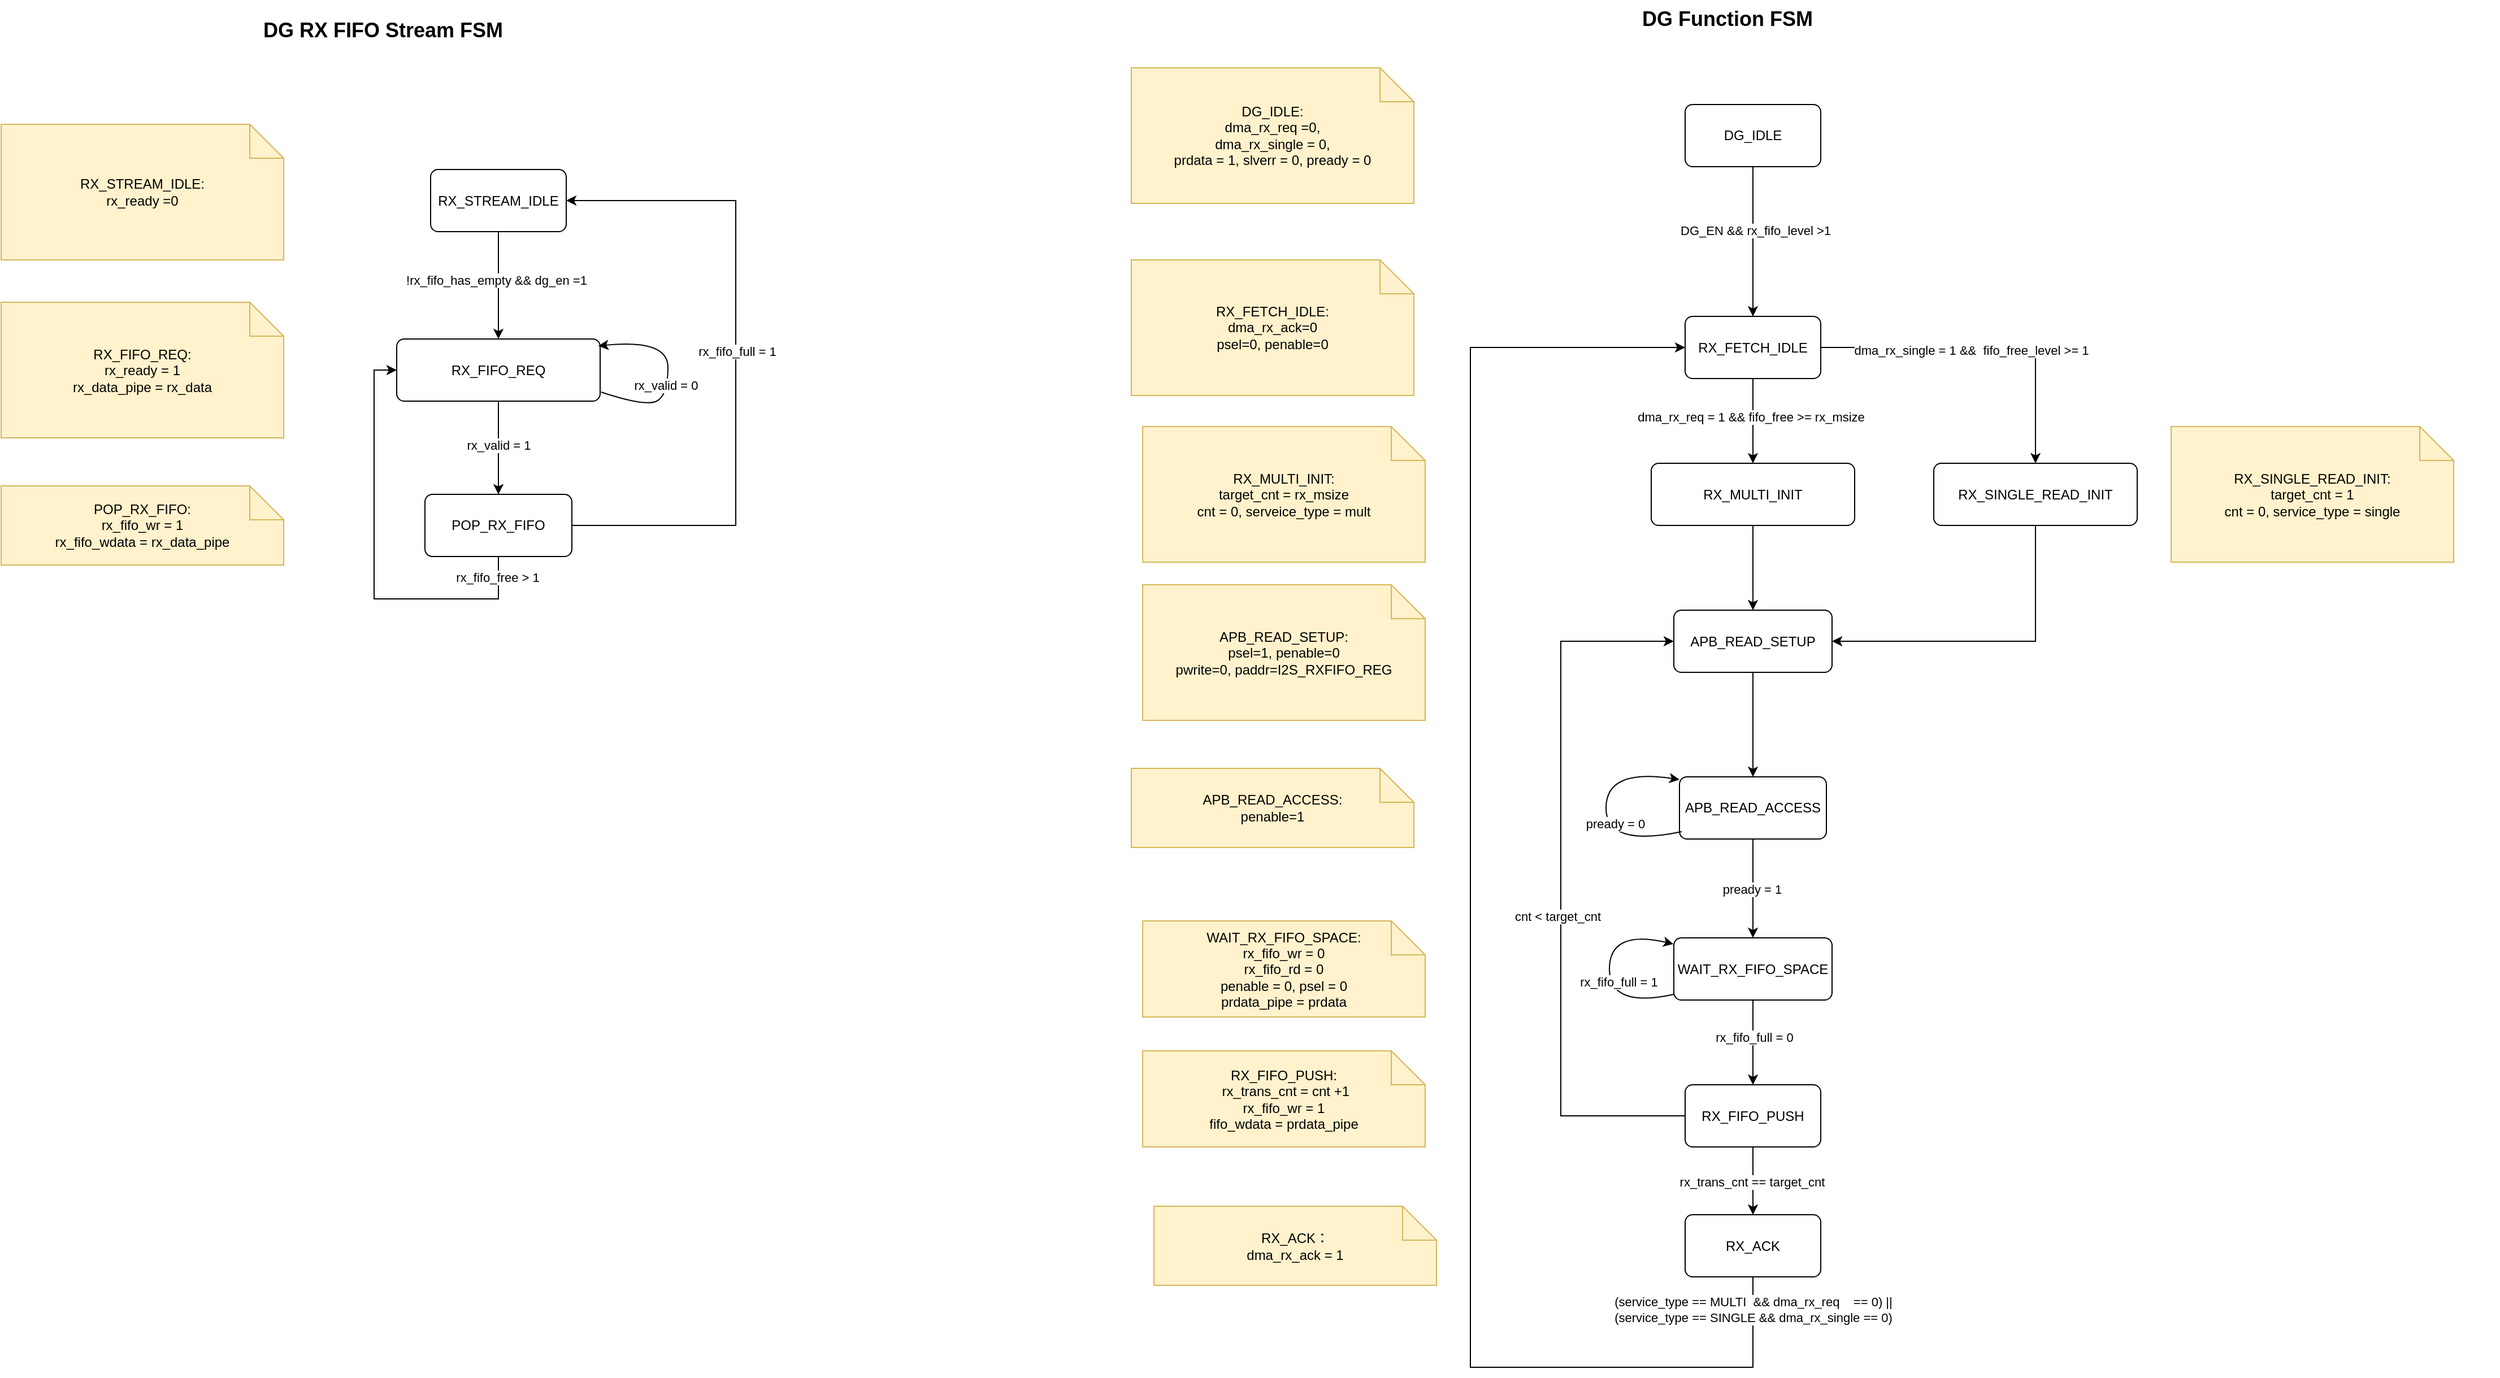
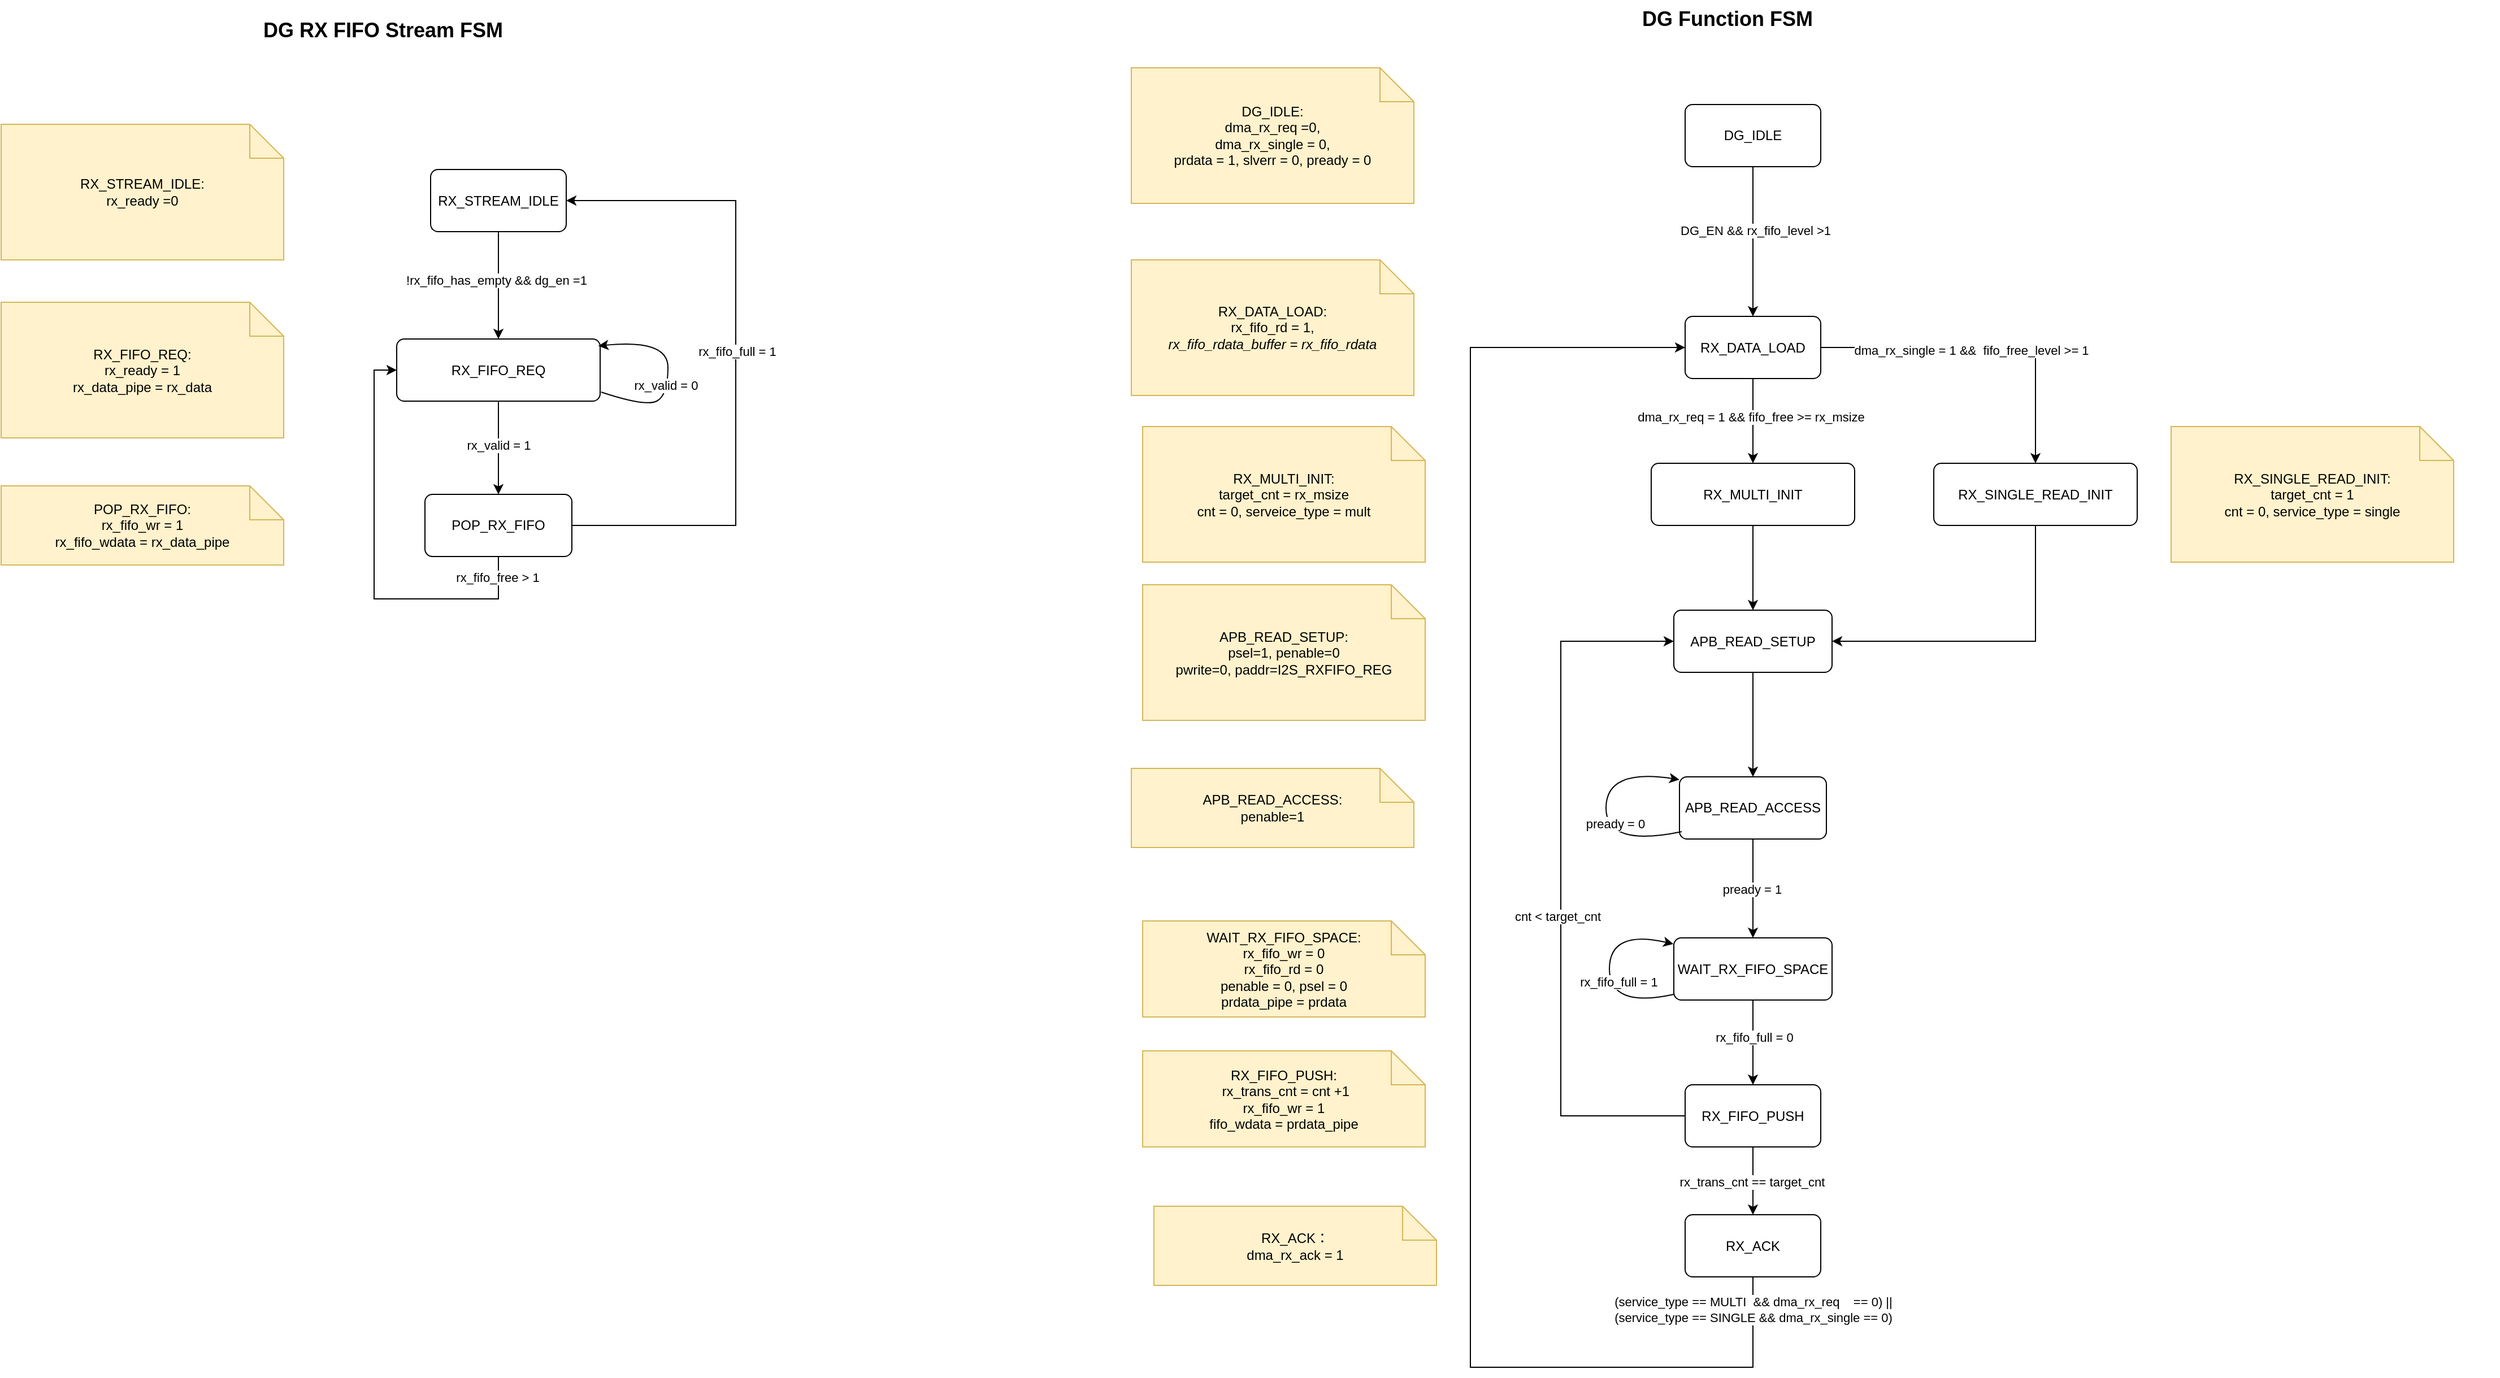
<mxfile host="app.diagrams.net">
  <diagram name="第 1 页" id="1fRNLwPgRf_CtldP1hrz">
-     <mxGraphModel dx="-743" dy="514" grid="1" gridSize="10" guides="1" tooltips="1" connect="1" arrows="1" fold="1" page="1" pageScale="1" pageWidth="827" pageHeight="1169" math="0" shadow="0">
+     <mxGraphModel dx="-1120" dy="301" grid="1" gridSize="10" guides="1" tooltips="1" connect="1" arrows="1" fold="1" page="1" pageScale="1" pageWidth="827" pageHeight="1169" math="0" shadow="0">
      <root>
        <mxCell id="0" />
        <mxCell id="1" parent="0" />
        <mxCell id="M1j7goV4bkzS5Lg1R7Bt-28" parent="1" style="text;html=1;strokeColor=none;fillColor=none;fontSize=18;fontStyle=1;" value="DG RX FIFO Stream FSM&amp;nbsp;&amp;nbsp;" vertex="1">
          <mxGeometry height="40" width="760" x="2040" y="130" as="geometry" />
        </mxCell>
        <mxCell id="M1j7goV4bkzS5Lg1R7Bt-29" parent="1" style="rounded=1;whiteSpace=wrap;html=1;arcSize=12;fillColor=#ffffff;strokeColor=#000000;" value="RX_STREAM_IDLE" vertex="1">
          <mxGeometry height="55" width="120" x="2190" y="270" as="geometry" />
        </mxCell>
        <mxCell id="M1j7goV4bkzS5Lg1R7Bt-30" parent="1" style="rounded=1;whiteSpace=wrap;html=1;arcSize=12;fillColor=#ffffff;strokeColor=#000000;" value="RX_FIFO_REQ" vertex="1">
          <mxGeometry height="55" width="180" x="2160" y="420" as="geometry" />
        </mxCell>
        <mxCell id="M1j7goV4bkzS5Lg1R7Bt-31" edge="1" parent="1" source="M1j7goV4bkzS5Lg1R7Bt-29" style="endArrow=classic;html=1;rounded=0;exitX=0.5;exitY=1;exitDx=0;exitDy=0;entryX=0.5;entryY=0;entryDx=0;entryDy=0;" target="M1j7goV4bkzS5Lg1R7Bt-30" value="">
          <mxGeometry height="50" relative="1" width="50" as="geometry">
            <mxPoint x="2270" y="390" as="sourcePoint" />
            <mxPoint x="2320" y="340" as="targetPoint" />
          </mxGeometry>
        </mxCell>
        <mxCell id="M1j7goV4bkzS5Lg1R7Bt-32" connectable="0" parent="M1j7goV4bkzS5Lg1R7Bt-31" style="edgeLabel;html=1;align=center;verticalAlign=middle;resizable=0;points=[];" value="!rx_fifo_has_empty &amp;amp;&amp;amp; dg_en =1" vertex="1">
          <mxGeometry relative="1" x="-0.0927" y="-2" as="geometry">
            <mxPoint as="offset" />
          </mxGeometry>
        </mxCell>
        <mxCell id="M1j7goV4bkzS5Lg1R7Bt-33" parent="1" style="shape=note;whiteSpace=wrap;html=1;fillColor=#fff2cc;strokeColor=#d6b656;" value="RX_FIFO_REQ:&lt;div&gt;r&lt;span style=&quot;background-color: transparent;&quot;&gt;x_ready = 1&lt;/span&gt;&lt;/div&gt;&lt;div&gt;&lt;span style=&quot;background-color: transparent;&quot;&gt;rx_data_pipe = rx_data&lt;/span&gt;&lt;/div&gt;" vertex="1">
          <mxGeometry height="120" width="250" x="1810" y="387.5" as="geometry" />
        </mxCell>
        <mxCell id="M1j7goV4bkzS5Lg1R7Bt-34" parent="1" style="rounded=1;whiteSpace=wrap;html=1;arcSize=12;fillColor=#ffffff;strokeColor=#000000;" value="POP_RX_FIFO" vertex="1">
          <mxGeometry height="55" width="130" x="2185" y="557.5" as="geometry" />
        </mxCell>
        <mxCell id="M1j7goV4bkzS5Lg1R7Bt-35" edge="1" parent="1" source="M1j7goV4bkzS5Lg1R7Bt-30" style="endArrow=classic;html=1;rounded=0;exitX=0.5;exitY=1;exitDx=0;exitDy=0;entryX=0.5;entryY=0;entryDx=0;entryDy=0;" target="M1j7goV4bkzS5Lg1R7Bt-34" value="">
          <mxGeometry height="50" relative="1" width="50" as="geometry">
            <mxPoint x="2260" y="540" as="sourcePoint" />
            <mxPoint x="2310" y="490" as="targetPoint" />
          </mxGeometry>
        </mxCell>
        <mxCell id="M1j7goV4bkzS5Lg1R7Bt-36" connectable="0" parent="M1j7goV4bkzS5Lg1R7Bt-35" style="edgeLabel;html=1;align=center;verticalAlign=middle;resizable=0;points=[];" value="rx_valid = 1" vertex="1">
          <mxGeometry relative="1" x="-0.0537" as="geometry">
            <mxPoint as="offset" />
          </mxGeometry>
        </mxCell>
        <mxCell id="M1j7goV4bkzS5Lg1R7Bt-37" parent="1" style="shape=note;whiteSpace=wrap;html=1;fillColor=#fff2cc;strokeColor=#d6b656;" value="POP_RX_FIFO:&lt;div&gt;rx_fifo_wr = 1&lt;/div&gt;&lt;div&gt;rx_fifo_wdata = rx_data_pipe&lt;/div&gt;" vertex="1">
          <mxGeometry height="70" width="250" x="1810" y="550" as="geometry" />
        </mxCell>
        <mxCell id="M1j7goV4bkzS5Lg1R7Bt-38" parent="1" style="shape=note;whiteSpace=wrap;html=1;fillColor=#fff2cc;strokeColor=#d6b656;" value="RX_STREAM_IDLE:&lt;div&gt;rx_ready =0&lt;/div&gt;" vertex="1">
          <mxGeometry height="120" width="250" x="1810" y="230" as="geometry" />
        </mxCell>
        <mxCell id="M1j7goV4bkzS5Lg1R7Bt-39" edge="1" parent="1" source="M1j7goV4bkzS5Lg1R7Bt-34" style="endArrow=classic;html=1;rounded=0;exitX=0.5;exitY=1;exitDx=0;exitDy=0;entryX=0;entryY=0.5;entryDx=0;entryDy=0;edgeStyle=orthogonalEdgeStyle;" target="M1j7goV4bkzS5Lg1R7Bt-30" value="">
          <mxGeometry height="50" relative="1" width="50" as="geometry">
            <Array as="points">
              <mxPoint x="2250" y="650" />
              <mxPoint x="2140" y="650" />
              <mxPoint x="2140" y="448" />
            </Array>
            <mxPoint x="2440" y="550" as="sourcePoint" />
            <mxPoint x="2490" y="500" as="targetPoint" />
          </mxGeometry>
        </mxCell>
        <mxCell id="M1j7goV4bkzS5Lg1R7Bt-40" connectable="0" parent="M1j7goV4bkzS5Lg1R7Bt-39" style="edgeLabel;html=1;align=center;verticalAlign=middle;resizable=0;points=[];" value="rx_fifo_free &amp;gt; 1" vertex="1">
          <mxGeometry relative="1" x="-0.9016" y="-1" as="geometry">
            <mxPoint as="offset" />
          </mxGeometry>
        </mxCell>
        <mxCell id="M1j7goV4bkzS5Lg1R7Bt-41" edge="1" parent="1" source="M1j7goV4bkzS5Lg1R7Bt-34" style="endArrow=classic;html=1;rounded=0;exitX=1;exitY=0.5;exitDx=0;exitDy=0;entryX=1;entryY=0.5;entryDx=0;entryDy=0;edgeStyle=orthogonalEdgeStyle;" target="M1j7goV4bkzS5Lg1R7Bt-29" value="">
          <mxGeometry height="50" relative="1" width="50" as="geometry">
            <Array as="points">
              <mxPoint x="2460" y="585" />
              <mxPoint x="2460" y="298" />
            </Array>
            <mxPoint x="2400" y="580" as="sourcePoint" />
            <mxPoint x="2450" y="530" as="targetPoint" />
          </mxGeometry>
        </mxCell>
        <mxCell id="M1j7goV4bkzS5Lg1R7Bt-42" connectable="0" parent="M1j7goV4bkzS5Lg1R7Bt-41" style="edgeLabel;html=1;align=center;verticalAlign=middle;resizable=0;points=[];" value="rx_fifo_full = 1" vertex="1">
          <mxGeometry relative="1" x="0.0267" y="-1" as="geometry">
            <mxPoint as="offset" />
          </mxGeometry>
        </mxCell>
        <mxCell id="M1j7goV4bkzS5Lg1R7Bt-55" edge="1" parent="1" source="M1j7goV4bkzS5Lg1R7Bt-30" style="curved=1;endArrow=classic;html=1;rounded=0;entryX=0.991;entryY=0.112;entryDx=0;entryDy=0;exitX=1.005;exitY=0.854;exitDx=0;exitDy=0;exitPerimeter=0;entryPerimeter=0;" target="M1j7goV4bkzS5Lg1R7Bt-30" value="">
          <mxGeometry height="50" relative="1" width="50" as="geometry">
            <Array as="points">
              <mxPoint x="2380" y="480" />
              <mxPoint x="2400" y="470" />
              <mxPoint x="2400" y="420" />
            </Array>
            <mxPoint x="2350" y="540" as="sourcePoint" />
            <mxPoint x="2400" y="490" as="targetPoint" />
          </mxGeometry>
        </mxCell>
        <mxCell id="M1j7goV4bkzS5Lg1R7Bt-56" connectable="0" parent="M1j7goV4bkzS5Lg1R7Bt-55" style="edgeLabel;html=1;align=center;verticalAlign=middle;resizable=0;points=[];" value="rx_valid = 0" vertex="1">
          <mxGeometry relative="1" x="-0.1698" y="2" as="geometry">
            <mxPoint as="offset" />
          </mxGeometry>
        </mxCell>
        <mxCell id="M1j7goV4bkzS5Lg1R7Bt-60" parent="1" style="text;html=1;strokeColor=none;fillColor=none;fontSize=18;fontStyle=1;" value="DG Function FSM&amp;nbsp;&amp;nbsp;" vertex="1">
          <mxGeometry height="40" width="760" x="3260" y="120" as="geometry" />
        </mxCell>
-         <mxCell id="M1j7goV4bkzS5Lg1R7Bt-61" parent="1" style="rounded=1;whiteSpace=wrap;html=1;arcSize=12;fillColor=#ffffff;strokeColor=#000000;" value="RX_FETCH_IDLE" vertex="1">
+         <mxCell id="M1j7goV4bkzS5Lg1R7Bt-61" parent="1" style="rounded=1;whiteSpace=wrap;html=1;arcSize=12;fillColor=#ffffff;strokeColor=#000000;" value="RX_DATA_LOAD" vertex="1">
          <mxGeometry height="55" width="120" x="3300" y="400" as="geometry" />
        </mxCell>
        <mxCell id="M1j7goV4bkzS5Lg1R7Bt-62" parent="1" style="rounded=1;whiteSpace=wrap;html=1;arcSize=12;fillColor=#ffffff;strokeColor=#000000;" value="APB_READ_SETUP" vertex="1">
          <mxGeometry height="55" width="140" x="3290" y="660" as="geometry" />
        </mxCell>
        <mxCell id="M1j7goV4bkzS5Lg1R7Bt-63" edge="1" parent="1" source="M1j7goV4bkzS5Lg1R7Bt-61" style="endArrow=classic;html=1;rounded=0;exitX=0.5;exitY=1;exitDx=0;exitDy=0;entryX=0.5;entryY=0;entryDx=0;entryDy=0;" target="M1j7goV4bkzS5Lg1R7Bt-99" value="">
          <mxGeometry height="50" relative="1" width="50" as="geometry">
            <mxPoint x="3380" y="520" as="sourcePoint" />
            <mxPoint x="3360" y="530" as="targetPoint" />
          </mxGeometry>
        </mxCell>
        <mxCell id="M1j7goV4bkzS5Lg1R7Bt-64" connectable="0" parent="M1j7goV4bkzS5Lg1R7Bt-63" style="edgeLabel;html=1;align=center;verticalAlign=middle;resizable=0;points=[];" value="dma_rx_req = 1 &amp;amp;&amp;amp; fifo_free &amp;gt;= rx_msize" vertex="1">
          <mxGeometry relative="1" x="-0.0927" y="-2" as="geometry">
            <mxPoint as="offset" />
          </mxGeometry>
        </mxCell>
        <mxCell id="M1j7goV4bkzS5Lg1R7Bt-65" parent="1" style="shape=note;whiteSpace=wrap;html=1;fillColor=#fff2cc;strokeColor=#d6b656;" value="APB_READ_SETUP:&lt;div&gt;psel=1, penable=0&lt;br&gt;pwrite=0, paddr=I2S_RXFIFO_REG&lt;/div&gt;" vertex="1">
          <mxGeometry height="120" width="250" x="2820" y="637.5" as="geometry" />
        </mxCell>
        <mxCell id="M1j7goV4bkzS5Lg1R7Bt-66" parent="1" style="rounded=1;whiteSpace=wrap;html=1;arcSize=12;fillColor=#ffffff;strokeColor=#000000;" value="APB_READ_ACCESS" vertex="1">
          <mxGeometry height="55" width="130" x="3295" y="807.5" as="geometry" />
        </mxCell>
        <mxCell id="M1j7goV4bkzS5Lg1R7Bt-67" edge="1" parent="1" source="M1j7goV4bkzS5Lg1R7Bt-62" style="endArrow=classic;html=1;rounded=0;exitX=0.5;exitY=1;exitDx=0;exitDy=0;entryX=0.5;entryY=0;entryDx=0;entryDy=0;" target="M1j7goV4bkzS5Lg1R7Bt-66" value="">
          <mxGeometry height="50" relative="1" width="50" as="geometry">
            <mxPoint x="3370" y="790" as="sourcePoint" />
            <mxPoint x="3420" y="740" as="targetPoint" />
          </mxGeometry>
        </mxCell>
        <mxCell id="M1j7goV4bkzS5Lg1R7Bt-68" parent="1" style="shape=note;whiteSpace=wrap;html=1;fillColor=#fff2cc;strokeColor=#d6b656;" value="APB_READ_ACCESS:&lt;br&gt;penable=1" vertex="1">
          <mxGeometry height="70" width="250" x="2810" y="800" as="geometry" />
        </mxCell>
        <mxCell id="M1j7goV4bkzS5Lg1R7Bt-69" edge="1" parent="1" source="M1j7goV4bkzS5Lg1R7Bt-66" style="curved=1;endArrow=classic;html=1;rounded=0;exitX=0.015;exitY=0.881;exitDx=0;exitDy=0;entryX=0;entryY=0;entryDx=0;entryDy=0;exitPerimeter=0;" value="">
          <mxGeometry height="50" relative="1" width="50" as="geometry">
            <Array as="points">
              <mxPoint x="3230" y="870" />
              <mxPoint x="3230" y="800" />
            </Array>
            <mxPoint x="3295" y="865" as="sourcePoint" />
            <mxPoint x="3295" y="810" as="targetPoint" />
          </mxGeometry>
        </mxCell>
        <mxCell id="M1j7goV4bkzS5Lg1R7Bt-70" connectable="0" parent="M1j7goV4bkzS5Lg1R7Bt-69" style="edgeLabel;html=1;align=center;verticalAlign=middle;resizable=0;points=[];" value="pready = 0" vertex="1">
          <mxGeometry relative="1" x="-0.1215" y="-8" as="geometry">
            <mxPoint as="offset" />
          </mxGeometry>
        </mxCell>
        <mxCell id="M1j7goV4bkzS5Lg1R7Bt-71" parent="1" style="rounded=1;whiteSpace=wrap;html=1;arcSize=12;fillColor=#ffffff;strokeColor=#000000;" value="WAIT_RX_FIFO_SPACE" vertex="1">
          <mxGeometry height="55" width="140" x="3290" y="950" as="geometry" />
        </mxCell>
        <mxCell id="M1j7goV4bkzS5Lg1R7Bt-72" edge="1" parent="1" source="M1j7goV4bkzS5Lg1R7Bt-66" style="endArrow=classic;html=1;rounded=0;exitX=0.5;exitY=1;exitDx=0;exitDy=0;entryX=0.5;entryY=0;entryDx=0;entryDy=0;" target="M1j7goV4bkzS5Lg1R7Bt-71" value="">
          <mxGeometry height="50" relative="1" width="50" as="geometry">
            <mxPoint x="3350" y="940" as="sourcePoint" />
            <mxPoint x="3400" y="890" as="targetPoint" />
          </mxGeometry>
        </mxCell>
        <mxCell id="M1j7goV4bkzS5Lg1R7Bt-73" connectable="0" parent="M1j7goV4bkzS5Lg1R7Bt-72" style="edgeLabel;html=1;align=center;verticalAlign=middle;resizable=0;points=[];" value="pready = 1" vertex="1">
          <mxGeometry relative="1" x="0.0089" y="-1" as="geometry">
            <mxPoint as="offset" />
          </mxGeometry>
        </mxCell>
        <mxCell id="M1j7goV4bkzS5Lg1R7Bt-74" parent="1" style="shape=note;whiteSpace=wrap;html=1;fillColor=#fff2cc;strokeColor=#d6b656;" value="WAIT_RX_FIFO_SPACE:&lt;div&gt;rx_fifo_wr = 0&lt;/div&gt;&lt;div&gt;rx_fifo_rd = 0&lt;br&gt;&lt;/div&gt;&lt;div&gt;penable = 0, psel = 0&lt;/div&gt;&lt;div&gt;prdata_pipe = prdata&lt;/div&gt;" vertex="1">
          <mxGeometry height="85" width="250" x="2820" y="935" as="geometry" />
        </mxCell>
        <mxCell id="M1j7goV4bkzS5Lg1R7Bt-75" parent="1" style="rounded=1;whiteSpace=wrap;html=1;arcSize=12;fillColor=#ffffff;strokeColor=#000000;" value="RX_ACK" vertex="1">
          <mxGeometry height="55" width="120" x="3300" y="1195" as="geometry" />
        </mxCell>
        <mxCell id="M1j7goV4bkzS5Lg1R7Bt-76" edge="1" parent="1" source="M1j7goV4bkzS5Lg1R7Bt-87" style="endArrow=classic;html=1;rounded=0;exitX=0.5;exitY=1;exitDx=0;exitDy=0;" value="">
          <mxGeometry height="50" relative="1" width="50" as="geometry">
            <mxPoint x="3359.57" y="1120" as="sourcePoint" />
            <mxPoint x="3360" y="1195" as="targetPoint" />
          </mxGeometry>
        </mxCell>
        <mxCell id="M1j7goV4bkzS5Lg1R7Bt-77" connectable="0" parent="M1j7goV4bkzS5Lg1R7Bt-76" style="edgeLabel;html=1;align=center;verticalAlign=middle;resizable=0;points=[];" value="rx_trans_cnt == target_cnt" vertex="1">
          <mxGeometry relative="1" x="0.0089" y="-1" as="geometry">
            <mxPoint as="offset" />
          </mxGeometry>
        </mxCell>
        <mxCell id="M1j7goV4bkzS5Lg1R7Bt-78" parent="1" style="shape=note;whiteSpace=wrap;html=1;fillColor=#fff2cc;strokeColor=#d6b656;" value="RX_ACK：&lt;div&gt;dma_rx_ack = 1&lt;/div&gt;" vertex="1">
          <mxGeometry height="70" width="250" x="2830" y="1187.5" as="geometry" />
        </mxCell>
-         <mxCell id="M1j7goV4bkzS5Lg1R7Bt-79" parent="1" style="shape=note;whiteSpace=wrap;html=1;fillColor=#fff2cc;strokeColor=#d6b656;" value="RX_FETCH_IDLE:&lt;div&gt;dma_rx_ack=0&lt;/div&gt;&lt;div&gt;psel=0, penable=0&lt;br&gt;&lt;/div&gt;" vertex="1">
+         <mxCell id="M1j7goV4bkzS5Lg1R7Bt-79" parent="1" style="shape=note;whiteSpace=wrap;html=1;fillColor=#fff2cc;strokeColor=#d6b656;" value="RX_DATA_LOAD:&lt;div&gt;rx_fifo_rd = 1,&lt;/div&gt;&lt;div&gt;&lt;i&gt;rx_fifo_rdata_buffer = rx_fifo_rdata&lt;/i&gt;&lt;/div&gt;" vertex="1">
          <mxGeometry height="120" width="250" x="2810" y="350" as="geometry" />
        </mxCell>
        <mxCell id="M1j7goV4bkzS5Lg1R7Bt-80" edge="1" parent="1" source="M1j7goV4bkzS5Lg1R7Bt-75" style="endArrow=classic;html=1;rounded=0;exitX=0.5;exitY=1;exitDx=0;exitDy=0;edgeStyle=orthogonalEdgeStyle;entryX=0;entryY=0.5;entryDx=0;entryDy=0;" target="M1j7goV4bkzS5Lg1R7Bt-61" value="">
          <mxGeometry height="50" relative="1" width="50" as="geometry">
            <Array as="points">
              <mxPoint x="3360" y="1330" />
              <mxPoint x="3110" y="1330" />
              <mxPoint x="3110" y="428" />
            </Array>
            <mxPoint x="3249.95" y="1012.5" as="sourcePoint" />
            <mxPoint x="3190" y="425" as="targetPoint" />
          </mxGeometry>
        </mxCell>
        <mxCell id="M1j7goV4bkzS5Lg1R7Bt-81" connectable="0" parent="M1j7goV4bkzS5Lg1R7Bt-80" style="edgeLabel;html=1;align=center;verticalAlign=middle;resizable=0;points=[];" value="&lt;div&gt;(service_type == MULTI&amp;nbsp; &amp;amp;&amp;amp; dma_rx_req&amp;nbsp; &amp;nbsp; == 0) ||&lt;/div&gt;&lt;div&gt;(service_type == SINGLE &amp;amp;&amp;amp; dma_rx_single == 0)&lt;/div&gt;" vertex="1">
          <mxGeometry relative="1" x="-0.9589" as="geometry">
            <mxPoint as="offset" />
          </mxGeometry>
        </mxCell>
        <mxCell id="M1j7goV4bkzS5Lg1R7Bt-82" edge="1" parent="1" source="M1j7goV4bkzS5Lg1R7Bt-61" style="endArrow=classic;html=1;rounded=0;exitX=1;exitY=0.5;exitDx=0;exitDy=0;edgeStyle=orthogonalEdgeStyle;entryX=0.5;entryY=0;entryDx=0;entryDy=0;" target="M1j7goV4bkzS5Lg1R7Bt-84" value="">
          <mxGeometry height="50" relative="1" width="50" as="geometry">
            <mxPoint x="3590" y="500" as="sourcePoint" />
            <mxPoint x="3600" y="520" as="targetPoint" />
          </mxGeometry>
        </mxCell>
        <mxCell id="M1j7goV4bkzS5Lg1R7Bt-83" connectable="0" parent="M1j7goV4bkzS5Lg1R7Bt-82" style="edgeLabel;html=1;align=center;verticalAlign=middle;resizable=0;points=[];" value="dma_rx_single = 1 &amp;amp;&amp;amp;&amp;nbsp; fifo_free_level &amp;gt;= 1" vertex="1">
          <mxGeometry relative="1" x="-0.0927" y="-2" as="geometry">
            <mxPoint as="offset" />
          </mxGeometry>
        </mxCell>
        <mxCell id="M1j7goV4bkzS5Lg1R7Bt-84" parent="1" style="rounded=1;whiteSpace=wrap;html=1;arcSize=12;fillColor=#ffffff;strokeColor=#000000;" value="RX_SINGLE_READ_INIT" vertex="1">
          <mxGeometry height="55" width="180" x="3520" y="530" as="geometry" />
        </mxCell>
        <mxCell id="M1j7goV4bkzS5Lg1R7Bt-85" parent="1" style="shape=note;whiteSpace=wrap;html=1;fillColor=#fff2cc;strokeColor=#d6b656;" value="RX_SINGLE_READ_INIT:&lt;div&gt;target_cnt = 1&lt;br&gt;cnt = 0, service_type = single&lt;/div&gt;" vertex="1">
          <mxGeometry height="120" width="250" x="3730" y="497.5" as="geometry" />
        </mxCell>
        <mxCell id="M1j7goV4bkzS5Lg1R7Bt-86" edge="1" parent="1" source="M1j7goV4bkzS5Lg1R7Bt-84" style="endArrow=classic;html=1;rounded=0;exitX=0.5;exitY=1;exitDx=0;exitDy=0;entryX=1;entryY=0.5;entryDx=0;entryDy=0;edgeStyle=orthogonalEdgeStyle;" target="M1j7goV4bkzS5Lg1R7Bt-62" value="">
          <mxGeometry height="50" relative="1" width="50" as="geometry">
            <mxPoint x="3570" y="910" as="sourcePoint" />
            <mxPoint x="3620" y="860" as="targetPoint" />
          </mxGeometry>
        </mxCell>
        <mxCell id="M1j7goV4bkzS5Lg1R7Bt-87" parent="1" style="rounded=1;whiteSpace=wrap;html=1;arcSize=12;fillColor=#ffffff;strokeColor=#000000;" value="RX_FIFO_PUSH" vertex="1">
          <mxGeometry height="55" width="120" x="3300" y="1080" as="geometry" />
        </mxCell>
        <mxCell id="M1j7goV4bkzS5Lg1R7Bt-88" edge="1" parent="1" source="M1j7goV4bkzS5Lg1R7Bt-71" style="endArrow=classic;html=1;rounded=0;exitX=0.5;exitY=1;exitDx=0;exitDy=0;entryX=0.5;entryY=0;entryDx=0;entryDy=0;" target="M1j7goV4bkzS5Lg1R7Bt-87" value="">
          <mxGeometry height="50" relative="1" width="50" as="geometry">
            <mxPoint x="3430" y="1070" as="sourcePoint" />
            <mxPoint x="3480" y="1020" as="targetPoint" />
          </mxGeometry>
        </mxCell>
        <mxCell id="M1j7goV4bkzS5Lg1R7Bt-89" connectable="0" parent="M1j7goV4bkzS5Lg1R7Bt-88" style="edgeLabel;html=1;align=center;verticalAlign=middle;resizable=0;points=[];" value="rx_fifo_full = 0" vertex="1">
          <mxGeometry relative="1" x="-0.1138" y="1" as="geometry">
            <mxPoint as="offset" />
          </mxGeometry>
        </mxCell>
        <mxCell id="M1j7goV4bkzS5Lg1R7Bt-90" edge="1" parent="1" style="curved=1;endArrow=classic;html=1;rounded=0;entryX=-0.002;entryY=0.099;entryDx=0;entryDy=0;entryPerimeter=0;" target="M1j7goV4bkzS5Lg1R7Bt-71" value="">
          <mxGeometry height="50" relative="1" width="50" as="geometry">
            <Array as="points">
              <mxPoint x="3233" y="1012.5" />
              <mxPoint x="3233" y="942.5" />
            </Array>
            <mxPoint x="3290" y="1000" as="sourcePoint" />
            <mxPoint x="3298" y="952.5" as="targetPoint" />
          </mxGeometry>
        </mxCell>
        <mxCell id="M1j7goV4bkzS5Lg1R7Bt-91" connectable="0" parent="M1j7goV4bkzS5Lg1R7Bt-90" style="edgeLabel;html=1;align=center;verticalAlign=middle;resizable=0;points=[];" value="rx_fifo_full = 1" vertex="1">
          <mxGeometry relative="1" x="-0.1215" y="-8" as="geometry">
            <mxPoint as="offset" />
          </mxGeometry>
        </mxCell>
        <mxCell id="M1j7goV4bkzS5Lg1R7Bt-92" parent="1" style="shape=note;whiteSpace=wrap;html=1;fillColor=#fff2cc;strokeColor=#d6b656;" value="RX_FIFO_PUSH:&lt;div&gt;&amp;nbsp;rx_trans_cnt = cnt +1&lt;br&gt;&lt;/div&gt;&lt;div&gt;rx_fifo_wr = 1&lt;br&gt;fifo_wdata = prdata_pipe&lt;/div&gt;" vertex="1">
          <mxGeometry height="85" width="250" x="2820" y="1050" as="geometry" />
        </mxCell>
        <mxCell id="M1j7goV4bkzS5Lg1R7Bt-93" parent="1" style="rounded=1;whiteSpace=wrap;html=1;arcSize=12;fillColor=#ffffff;strokeColor=#000000;" value="DG_IDLE" vertex="1">
          <mxGeometry height="55" width="120" x="3300" y="212.5" as="geometry" />
        </mxCell>
        <mxCell id="M1j7goV4bkzS5Lg1R7Bt-94" edge="1" parent="1" source="M1j7goV4bkzS5Lg1R7Bt-93" style="endArrow=classic;html=1;rounded=0;exitX=0.5;exitY=1;exitDx=0;exitDy=0;" target="M1j7goV4bkzS5Lg1R7Bt-61" value="">
          <mxGeometry height="50" relative="1" width="50" as="geometry">
            <mxPoint x="3400" y="320" as="sourcePoint" />
            <mxPoint x="3450" y="270" as="targetPoint" />
          </mxGeometry>
        </mxCell>
        <mxCell id="M1j7goV4bkzS5Lg1R7Bt-95" connectable="0" parent="M1j7goV4bkzS5Lg1R7Bt-94" style="edgeLabel;html=1;align=center;verticalAlign=middle;resizable=0;points=[];" value="DG_EN &amp;amp;&amp;amp; rx_fifo_level &amp;gt;1" vertex="1">
          <mxGeometry relative="1" x="-0.1446" y="2" as="geometry">
            <mxPoint as="offset" />
          </mxGeometry>
        </mxCell>
        <mxCell id="M1j7goV4bkzS5Lg1R7Bt-96" parent="1" style="shape=note;whiteSpace=wrap;html=1;fillColor=#fff2cc;strokeColor=#d6b656;" value="DG_IDLE:&lt;div&gt;dma_rx_req =0,&lt;/div&gt;&lt;div&gt;dma_rx_single = 0,&lt;/div&gt;&lt;div&gt;prdata = 1, slverr = 0, pready = 0&lt;/div&gt;" vertex="1">
          <mxGeometry height="120" width="250" x="2810" y="180" as="geometry" />
        </mxCell>
        <mxCell id="M1j7goV4bkzS5Lg1R7Bt-97" edge="1" parent="1" source="M1j7goV4bkzS5Lg1R7Bt-87" style="endArrow=classic;html=1;rounded=0;exitX=0;exitY=0.5;exitDx=0;exitDy=0;edgeStyle=orthogonalEdgeStyle;entryX=0;entryY=0.5;entryDx=0;entryDy=0;" target="M1j7goV4bkzS5Lg1R7Bt-62" value="">
          <mxGeometry height="50" relative="1" width="50" as="geometry">
            <Array as="points">
              <mxPoint x="3190" y="1108" />
              <mxPoint x="3190" y="688" />
            </Array>
            <mxPoint x="3070" y="1106.88" as="sourcePoint" />
            <mxPoint x="3140" y="770" as="targetPoint" />
          </mxGeometry>
        </mxCell>
        <mxCell id="M1j7goV4bkzS5Lg1R7Bt-98" connectable="0" parent="M1j7goV4bkzS5Lg1R7Bt-97" style="edgeLabel;html=1;align=center;verticalAlign=middle;resizable=0;points=[];" value="cnt &amp;lt; target_cnt" vertex="1">
          <mxGeometry relative="1" x="-0.0902" y="3" as="geometry">
            <mxPoint as="offset" />
          </mxGeometry>
        </mxCell>
        <mxCell id="M1j7goV4bkzS5Lg1R7Bt-99" parent="1" style="rounded=1;whiteSpace=wrap;html=1;arcSize=12;fillColor=#ffffff;strokeColor=#000000;" value="RX_MULTI_INIT" vertex="1">
          <mxGeometry height="55" width="180" x="3270" y="530" as="geometry" />
        </mxCell>
        <mxCell id="M1j7goV4bkzS5Lg1R7Bt-100" edge="1" parent="1" source="M1j7goV4bkzS5Lg1R7Bt-99" style="endArrow=classic;html=1;rounded=0;exitX=0.5;exitY=1;exitDx=0;exitDy=0;entryX=0.5;entryY=0;entryDx=0;entryDy=0;" target="M1j7goV4bkzS5Lg1R7Bt-62" value="">
          <mxGeometry height="50" relative="1" width="50" as="geometry">
            <mxPoint x="3350" y="600" as="sourcePoint" />
            <mxPoint x="3350" y="665" as="targetPoint" />
          </mxGeometry>
        </mxCell>
        <mxCell id="M1j7goV4bkzS5Lg1R7Bt-101" parent="1" style="shape=note;whiteSpace=wrap;html=1;fillColor=#fff2cc;strokeColor=#d6b656;" value="RX_MULTI_INIT:&lt;div&gt;target_cnt = rx_msize&lt;br&gt;cnt = 0, serveice_type = mult&lt;/div&gt;" vertex="1">
          <mxGeometry height="120" width="250" x="2820" y="497.5" as="geometry" />
        </mxCell>
      </root>
    </mxGraphModel>
  </diagram>
</mxfile>
